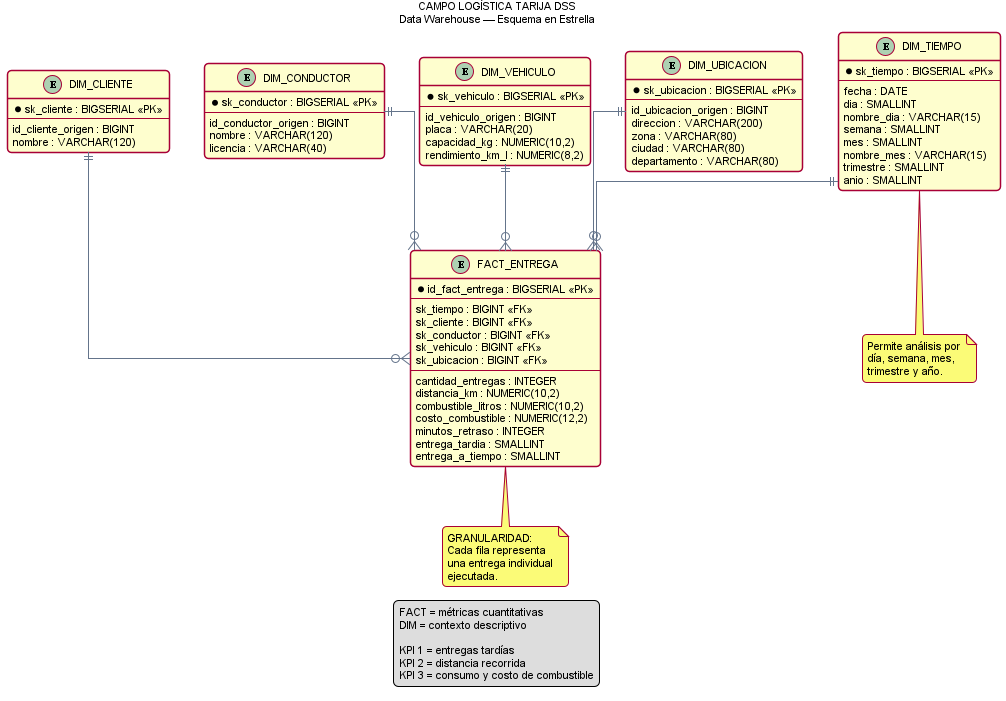
Earlier version of the PlantUML export docs/database/modelo_dw_estrella.png (Dracko23/CAMPOLOGISTICA-DSS). Source of this version:
```plantuml
@startuml
title CAMPO LOGÍSTICA TARIJA DSS\nData Warehouse — Esquema en Estrella

skinparam backgroundColor white
skinparam shadowing false
skinparam roundcorner 8
skinparam defaultFontName Arial
skinparam defaultFontSize 11
skinparam linetype ortho
skinparam ArrowColor #64748B

entity "DIM_TIEMPO" as tiempo {
  * sk_tiempo : BIGSERIAL <<PK>>
  --
  fecha : DATE
  dia : SMALLINT
  nombre_dia : VARCHAR(15)
  semana : SMALLINT
  mes : SMALLINT
  nombre_mes : VARCHAR(15)
  trimestre : SMALLINT
  anio : SMALLINT
}

entity "DIM_CLIENTE" as cliente {
  * sk_cliente : BIGSERIAL <<PK>>
  --
  id_cliente_origen : BIGINT
  nombre : VARCHAR(120)
}

entity "DIM_CONDUCTOR" as conductor {
  * sk_conductor : BIGSERIAL <<PK>>
  --
  id_conductor_origen : BIGINT
  nombre : VARCHAR(120)
  licencia : VARCHAR(40)
}

entity "FACT_ENTREGA" as fact {
  * id_fact_entrega : BIGSERIAL <<PK>>
  --
  sk_tiempo : BIGINT <<FK>>
  sk_cliente : BIGINT <<FK>>
  sk_conductor : BIGINT <<FK>>
  sk_vehiculo : BIGINT <<FK>>
  sk_ubicacion : BIGINT <<FK>>
  --
  cantidad_entregas : INTEGER
  distancia_km : NUMERIC(10,2)
  combustible_litros : NUMERIC(10,2)
  costo_combustible : NUMERIC(12,2)
  minutos_retraso : INTEGER
  entrega_tardia : SMALLINT
  entrega_a_tiempo : SMALLINT
}

entity "DIM_VEHICULO" as vehiculo {
  * sk_vehiculo : BIGSERIAL <<PK>>
  --
  id_vehiculo_origen : BIGINT
  placa : VARCHAR(20)
  capacidad_kg : NUMERIC(10,2)
  rendimiento_km_l : NUMERIC(8,2)
}

entity "DIM_UBICACION" as ubicacion {
  * sk_ubicacion : BIGSERIAL <<PK>>
  --
  id_ubicacion_origen : BIGINT
  direccion : VARCHAR(200)
  zona : VARCHAR(80)
  ciudad : VARCHAR(80)
  departamento : VARCHAR(80)
}

tiempo ||--o{ fact
cliente ||--o{ fact
conductor ||--o{ fact
vehiculo ||--o{ fact
ubicacion ||--o{ fact

note bottom of fact
GRANULARIDAD:
Cada fila representa
una entrega individual
ejecutada.
end note

note bottom of tiempo
Permite análisis por
día, semana, mes,
trimestre y año.
end note

legend bottom
FACT = métricas cuantitativas
DIM = contexto descriptivo

KPI 1 = entregas tardías
KPI 2 = distancia recorrida
KPI 3 = consumo y costo de combustible
endlegend

@enduml
```
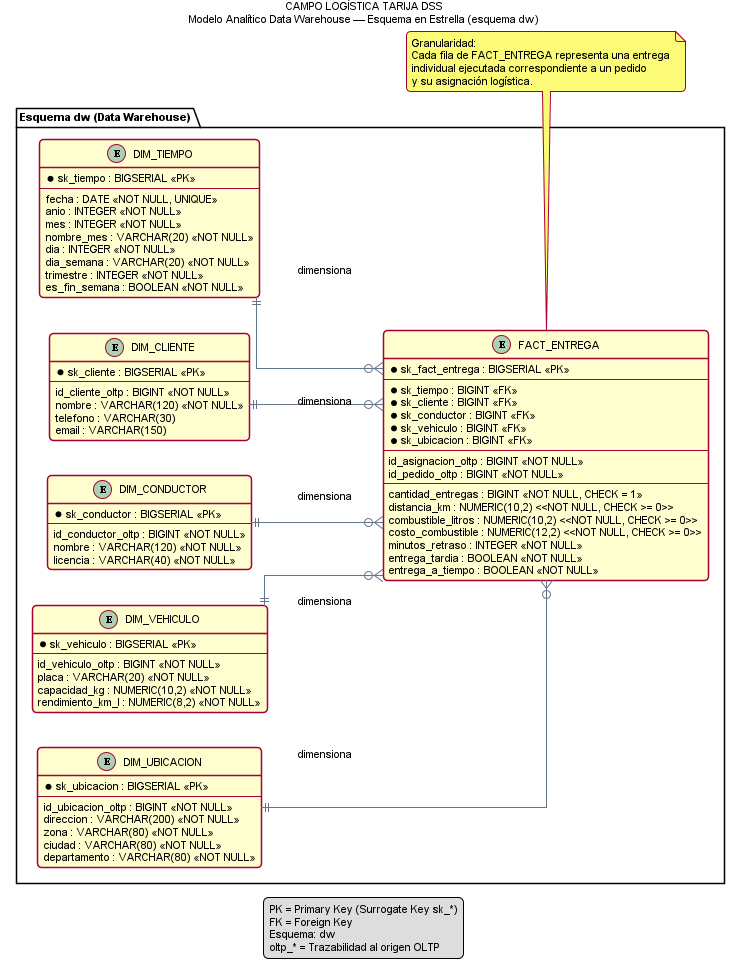
After the commit.

Change to the diagram source:
```diff
@@ -1,5 +1,7 @@
 @startuml
-title CAMPO LOGÍSTICA TARIJA DSS\nData Warehouse — Esquema en Estrella
+title CAMPO LOGÍSTICA TARIJA DSS\nModelo Analítico Data Warehouse — Esquema en Estrella (esquema dw)
+
+left to right direction
 
 skinparam backgroundColor white
 skinparam shadowing false
@@ -9,97 +11,98 @@
 skinparam linetype ortho
 skinparam ArrowColor #64748B
 
-entity "DIM_TIEMPO" as tiempo {
+package "Esquema dw (Data Warehouse)" {
+
+entity "DIM_TIEMPO" as dim_tiempo {
   * sk_tiempo : BIGSERIAL <<PK>>
   --
-  fecha : DATE
-  dia : SMALLINT
-  nombre_dia : VARCHAR(15)
-  semana : SMALLINT
-  mes : SMALLINT
-  nombre_mes : VARCHAR(15)
-  trimestre : SMALLINT
-  anio : SMALLINT
+  fecha : DATE <<NOT NULL, UNIQUE>>
+  anio : INTEGER <<NOT NULL>>
+  mes : INTEGER <<NOT NULL>>
+  nombre_mes : VARCHAR(20) <<NOT NULL>>
+  dia : INTEGER <<NOT NULL>>
+  dia_semana : VARCHAR(20) <<NOT NULL>>
+  trimestre : INTEGER <<NOT NULL>>
+  es_fin_semana : BOOLEAN <<NOT NULL>>
 }
 
-entity "DIM_CLIENTE" as cliente {
+entity "DIM_CLIENTE" as dim_cliente {
   * sk_cliente : BIGSERIAL <<PK>>
   --
-  id_cliente_origen : BIGINT
-  nombre : VARCHAR(120)
+  id_cliente_oltp : BIGINT <<NOT NULL>>
+  nombre : VARCHAR(120) <<NOT NULL>>
+  telefono : VARCHAR(30)
+  email : VARCHAR(150)
 }
 
-entity "DIM_CONDUCTOR" as conductor {
+entity "DIM_CONDUCTOR" as dim_conductor {
   * sk_conductor : BIGSERIAL <<PK>>
   --
-  id_conductor_origen : BIGINT
-  nombre : VARCHAR(120)
-  licencia : VARCHAR(40)
+  id_conductor_oltp : BIGINT <<NOT NULL>>
+  nombre : VARCHAR(120) <<NOT NULL>>
+  licencia : VARCHAR(40) <<NOT NULL>>
 }
 
-entity "FACT_ENTREGA" as fact {
-  * id_fact_entrega : BIGSERIAL <<PK>>
+entity "DIM_VEHICULO" as dim_vehiculo {
+  * sk_vehiculo : BIGSERIAL <<PK>>
   --
-  sk_tiempo : BIGINT <<FK>>
-  sk_cliente : BIGINT <<FK>>
-  sk_conductor : BIGINT <<FK>>
-  sk_vehiculo : BIGINT <<FK>>
-  sk_ubicacion : BIGINT <<FK>>
-  --
-  cantidad_entregas : INTEGER
-  distancia_km : NUMERIC(10,2)
-  combustible_litros : NUMERIC(10,2)
-  costo_combustible : NUMERIC(12,2)
-  minutos_retraso : INTEGER
-  entrega_tardia : SMALLINT
-  entrega_a_tiempo : SMALLINT
+  id_vehiculo_oltp : BIGINT <<NOT NULL>>
+  placa : VARCHAR(20) <<NOT NULL>>
+  capacidad_kg : NUMERIC(10,2) <<NOT NULL>>
+  rendimiento_km_l : NUMERIC(8,2) <<NOT NULL>>
 }
 
-entity "DIM_VEHICULO" as vehiculo {
-  * sk_vehiculo : BIGSERIAL <<PK>>
+entity "DIM_UBICACION" as dim_ubicacion {
+  * sk_ubicacion : BIGSERIAL <<PK>>
   --
-  id_vehiculo_origen : BIGINT
-  placa : VARCHAR(20)
-  capacidad_kg : NUMERIC(10,2)
-  rendimiento_km_l : NUMERIC(8,2)
+  id_ubicacion_oltp : BIGINT <<NOT NULL>>
+  direccion : VARCHAR(200) <<NOT NULL>>
+  zona : VARCHAR(80) <<NOT NULL>>
+  ciudad : VARCHAR(80) <<NOT NULL>>
+  departamento : VARCHAR(80) <<NOT NULL>>
 }
 
-entity "DIM_UBICACION" as ubicacion {
-  * sk_ubicacion : BIGSERIAL <<PK>>
+entity "FACT_ENTREGA" as fact_entrega {
+  * sk_fact_entrega : BIGSERIAL <<PK>>
   --
-  id_ubicacion_origen : BIGINT
-  direccion : VARCHAR(200)
-  zona : VARCHAR(80)
-  ciudad : VARCHAR(80)
-  departamento : VARCHAR(80)
+  * sk_tiempo : BIGINT <<FK>>
+  * sk_cliente : BIGINT <<FK>>
+  * sk_conductor : BIGINT <<FK>>
+  * sk_vehiculo : BIGINT <<FK>>
+  * sk_ubicacion : BIGINT <<FK>>
+  --
+  id_asignacion_oltp : BIGINT <<NOT NULL>>
+  id_pedido_oltp : BIGINT <<NOT NULL>>
+  --
+  cantidad_entregas : BIGINT <<NOT NULL, CHECK = 1>>
+  distancia_km : NUMERIC(10,2) <<NOT NULL, CHECK >= 0>>
+  combustible_litros : NUMERIC(10,2) <<NOT NULL, CHECK >= 0>>
+  costo_combustible : NUMERIC(12,2) <<NOT NULL, CHECK >= 0>>
+  minutos_retraso : INTEGER <<NOT NULL>>
+  entrega_tardia : BOOLEAN <<NOT NULL>>
+  entrega_a_tiempo : BOOLEAN <<NOT NULL>>
 }
 
-tiempo ||--o{ fact
-cliente ||--o{ fact
-conductor ||--o{ fact
-vehiculo ||--o{ fact
-ubicacion ||--o{ fact
+}
 
-note bottom of fact
-GRANULARIDAD:
-Cada fila representa
-una entrega individual
-ejecutada.
-end note
+dim_tiempo ||--o{ fact_entrega : "dimensiona"
+dim_cliente ||--o{ fact_entrega : "dimensiona"
+dim_conductor ||--o{ fact_entrega : "dimensiona"
+dim_vehiculo ||--o{ fact_entrega : "dimensiona"
+dim_ubicacion ||--o{ fact_entrega : "dimensiona"
 
-note bottom of tiempo
-Permite análisis por
-día, semana, mes,
-trimestre y año.
+note bottom of fact_entrega
+Granularidad:
+Cada fila de FACT_ENTREGA representa una entrega
+individual ejecutada correspondiente a un pedido
+y su asignación logística.
 end note
 
 legend bottom
-FACT = métricas cuantitativas
-DIM = contexto descriptivo
-
-KPI 1 = entregas tardías
-KPI 2 = distancia recorrida
-KPI 3 = consumo y costo de combustible
+PK = Primary Key (Surrogate Key sk_*)
+FK = Foreign Key
+Esquema: dw
+oltp_* = Trazabilidad al origen OLTP
 endlegend
 
 @enduml
```
